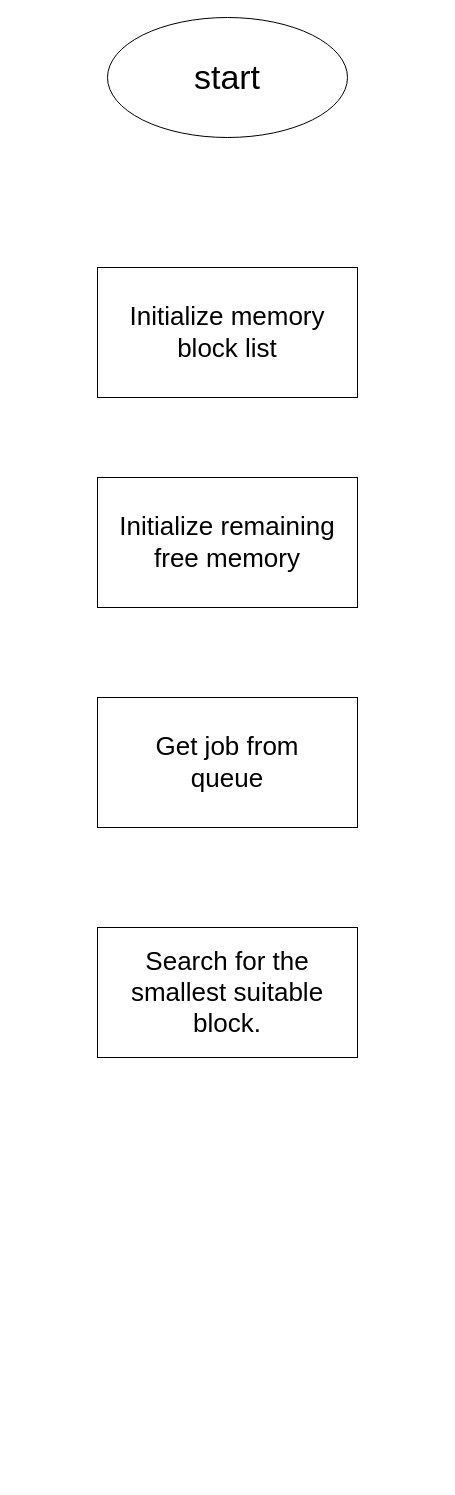
Above: Untitled Diagram.drawio in Vimukthi-Randunu/EEX5563Mini-project-RegNo-721429544 (draw.io), before the change. Source tidied: cells renumbered, new cells numbered last; positions are measured from the earlier drawing's top-left corner, leaving out a move shared by most shapes. Both pictures are drawn from the tidied source at 100%, with x=0, y=0 at pixel (97, 17).
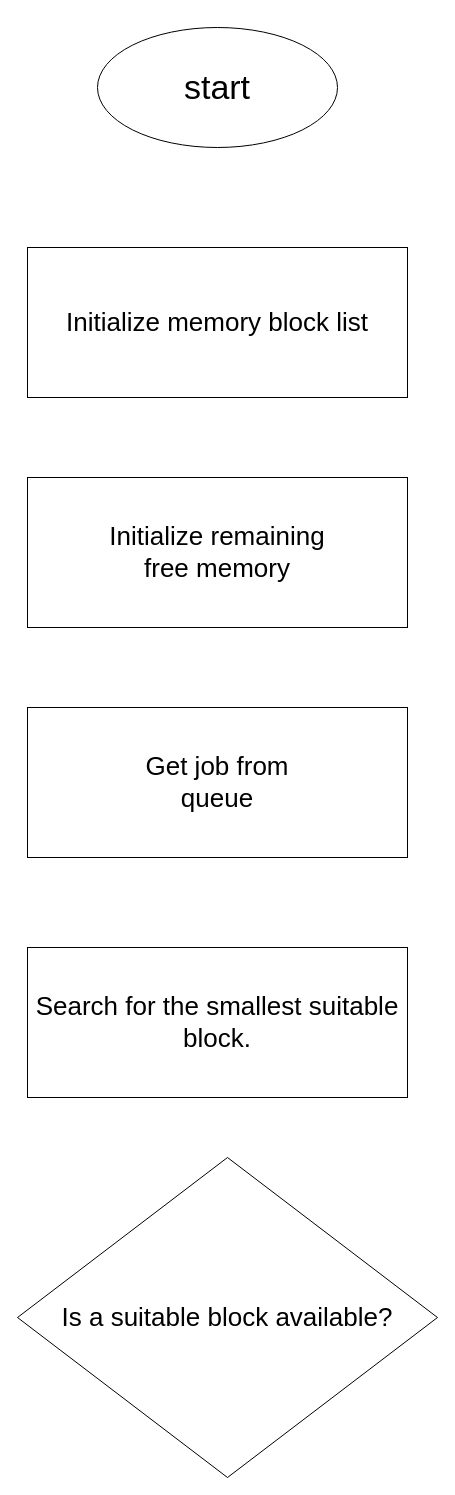
After the change.

Diff of the diagram source:
```diff
@@
 <mxGraphModel>
   <root>
     <mxCell id="0" />
     <mxCell id="1" parent="0" />
     <mxCell id="2" value="&lt;font style=&quot;font-size: 34px;&quot;&gt;start&lt;/font&gt;" style="ellipse;whiteSpace=wrap;html=1;" parent="1" vertex="1">
-      <mxGeometry x="10" width="240" height="120" as="geometry" />
+      <mxGeometry y="10" width="240" height="120" as="geometry" />
     </mxCell>
     <mxCell id="3" value="&lt;font style=&quot;font-size: 26px;&quot;&gt;Initialize memory block list&lt;/font&gt;" style="rounded=0;whiteSpace=wrap;html=1;" parent="1" vertex="1">
-      <mxGeometry y="250" width="260" height="130" as="geometry" />
+      <mxGeometry x="-70" y="230" width="380" height="150" as="geometry" />
     </mxCell>
     <mxCell id="4" value="&lt;font style=&quot;font-size: 26px;&quot;&gt;Initialize remaining&lt;/font&gt;&lt;div&gt;&lt;font style=&quot;font-size: 26px;&quot;&gt;free memory&lt;/font&gt;&lt;/div&gt;" style="rounded=0;whiteSpace=wrap;html=1;" parent="1" vertex="1">
-      <mxGeometry y="460" width="260" height="130" as="geometry" />
+      <mxGeometry x="-70" y="460" width="380" height="150" as="geometry" />
     </mxCell>
     <mxCell id="5" value="&lt;span style=&quot;font-size: 26px;&quot;&gt;Get job from&lt;/span&gt;&lt;div&gt;&lt;span style=&quot;font-size: 26px;&quot;&gt;queue&lt;/span&gt;&lt;/div&gt;" style="rounded=0;whiteSpace=wrap;html=1;" parent="1" vertex="1">
-      <mxGeometry y="680" width="260" height="130" as="geometry" />
+      <mxGeometry x="-70" y="690" width="380" height="150" as="geometry" />
     </mxCell>
     <mxCell id="6" value="&lt;div&gt;&lt;font style=&quot;font-size: 26px;&quot;&gt;Search for the smallest suitable block.&lt;/font&gt;&lt;br&gt;&lt;/div&gt;" style="rounded=0;whiteSpace=wrap;html=1;" parent="1" vertex="1">
-      <mxGeometry y="910" width="260" height="130" as="geometry" />
+      <mxGeometry x="-70" y="930" width="380" height="150" as="geometry" />
     </mxCell>
+    <mxCell id="7" value="&lt;font style=&quot;font-size: 26px;&quot;&gt;Is a suitable block available?&lt;/font&gt;" style="rhombus;whiteSpace=wrap;html=1;" parent="1" vertex="1">
+      <mxGeometry x="-80" y="1140" width="420" height="320" as="geometry" />
+    </mxCell>
   </root>
 </mxGraphModel>
```
